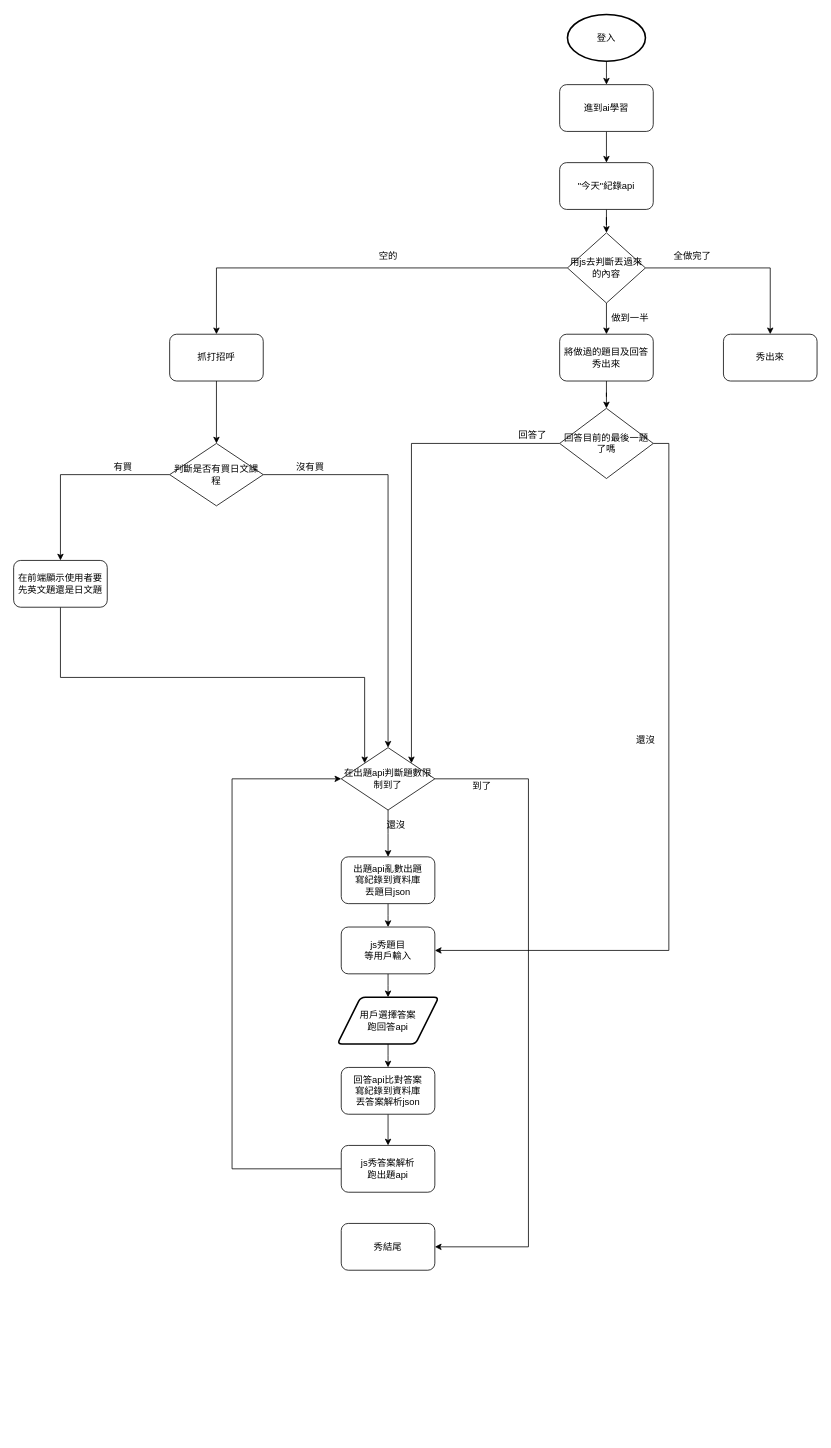
Before: 未命名圖表.drawio in kartg0203/work_flow, a draw.io diagram. Source tidied: cells renumbered, new cells numbered last; positions are measured from the earlier drawing's top-left corner, leaving out a move shared by most shapes. Both pictures are drawn from the tidied source at 78%, with x=0, y=0 at pixel (13, 14).
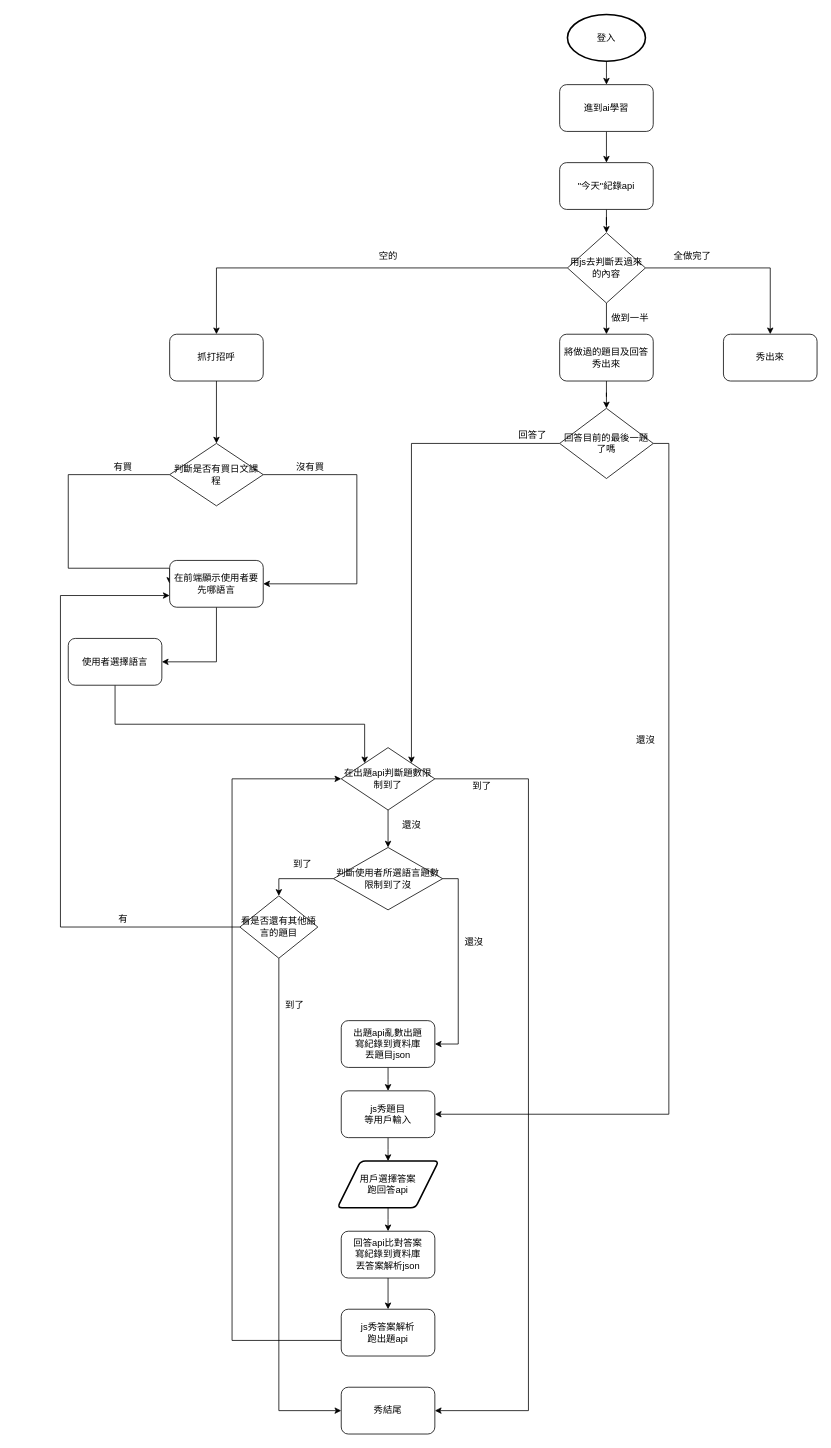
The same page after the edit.

Commit message:
增加其他語言判斷.drawio

Unchanged cells that the change refers to:
```xml
<mxCell id="16" value="在出題api判斷題數限制到了" style="rhombus;whiteSpace=wrap;html=1;" parent="1" vertex="1">
  <mxGeometry x="420" y="940" width="120" height="80" as="geometry" />
</mxCell>
<mxCell id="43" value="判斷是否有買日文課程" style="rhombus;whiteSpace=wrap;html=1;" parent="1" vertex="1">
  <mxGeometry x="200" y="550" width="120" height="80" as="geometry" />
</mxCell>
```

What changed in the source:
```diff
@@
     <mxCell id="5" style="edgeStyle=elbowEdgeStyle;rounded=0;jettySize=auto;elbow=vertical;html=1;" parent="1" edge="1" source="6">
       <mxGeometry relative="1" as="geometry">
-        <mxPoint x="480" y="1260" as="targetPoint" />
+        <mxPoint x="480" y="1470" as="targetPoint" />
       </mxGeometry>
     </mxCell>
     <mxCell id="6" value="js秀題目&lt;br&gt;等用戶輸入" style="rounded=1;whiteSpace=wrap;html=1;" parent="1" vertex="1">
-      <mxGeometry x="420" y="1170" width="120" height="60" as="geometry" />
+      <mxGeometry x="420" y="1380" width="120" height="60" as="geometry" />
     </mxCell>
@@
     <mxCell id="9" value="用戶選擇答案&lt;br&gt;跑回答api" style="shape=parallelogram;html=1;strokeWidth=2;perimeter=parallelogramPerimeter;whiteSpace=wrap;rounded=1;arcSize=12;size=0.23;" parent="1" vertex="1">
-      <mxGeometry x="415" y="1260" width="130" height="60" as="geometry" />
+      <mxGeometry x="415" y="1470" width="130" height="60" as="geometry" />
     </mxCell>
@@
     <mxCell id="11" value="出題api亂數出題&lt;br&gt;寫紀錄到資料庫&lt;br&gt;丟題目json" style="rounded=1;whiteSpace=wrap;html=1;" parent="1" vertex="1">
-      <mxGeometry x="420" y="1080" width="120" height="60" as="geometry" />
+      <mxGeometry x="420" y="1290" width="120" height="60" as="geometry" />
     </mxCell>
@@
     <mxCell id="13" value="回答api比對答案&lt;br&gt;寫紀錄到資料庫&lt;br&gt;丟答案解析json" style="rounded=1;whiteSpace=wrap;html=1;" parent="1" vertex="1">
-      <mxGeometry x="420" y="1350" width="120" height="60" as="geometry" />
+      <mxGeometry x="420" y="1560" width="120" height="60" as="geometry" />
     </mxCell>
-    <mxCell id="14" style="edgeStyle=elbowEdgeStyle;rounded=0;jettySize=auto;elbow=vertical;html=1;exitX=0.5;exitY=1;exitDx=0;exitDy=0;" parent="1" edge="1" source="16" target="11">
-      <mxGeometry relative="1" as="geometry" />
-    </mxCell>
     <mxCell id="15" style="edgeStyle=orthogonalEdgeStyle;rounded=0;jettySize=auto;html=1;entryX=1;entryY=0.5;entryDx=0;entryDy=0;entryPerimeter=0;" parent="1" edge="1" source="16" target="20">
       <mxGeometry relative="1" as="geometry">
         <Array as="points">
           <mxPoint x="660" y="980" />
-          <mxPoint x="660" y="1580" />
+          <mxPoint x="660" y="1790" />
         </Array>
       </mxGeometry>
     </mxCell>
+    <mxCell id="48" style="edgeStyle=orthogonalEdgeStyle;rounded=0;jettySize=auto;html=1;entryX=0.5;entryY=0;entryDx=0;entryDy=0;" parent="1" edge="1" source="16" target="56">
+      <mxGeometry relative="1" as="geometry" />
+    </mxCell>
@@
     <mxCell id="17" value="還沒" style="text;html=1;align=center;verticalAlign=middle;strokeColor=none;" parent="1" vertex="1">
-      <mxGeometry x="470" y="1030" width="40" height="20" as="geometry" />
+      <mxGeometry x="490" y="1030" width="40" height="20" as="geometry" />
     </mxCell>
     <mxCell id="18" style="edgeStyle=orthogonalEdgeStyle;rounded=0;jettySize=auto;html=1;entryX=0;entryY=0.5;entryDx=0;entryDy=0;" parent="1" edge="1" source="19" target="16">
       <mxGeometry relative="1" as="geometry">
         <Array as="points">
-          <mxPoint x="280" y="1480" />
+          <mxPoint x="280" y="1700" />
           <mxPoint x="280" y="980" />
         </Array>
       </mxGeometry>
     </mxCell>
     <mxCell id="19" value="js秀答案解析&lt;br&gt;跑出題api" style="rounded=1;whiteSpace=wrap;html=1;" parent="1" vertex="1">
-      <mxGeometry x="420" y="1450" width="120" height="60" as="geometry" />
+      <mxGeometry x="420" y="1660" width="120" height="60" as="geometry" />
     </mxCell>
     <mxCell id="20" value="秀結尾" style="rounded=1;whiteSpace=wrap;html=1;" parent="1" vertex="1">
-      <mxGeometry x="420" y="1550" width="120" height="60" as="geometry" />
+      <mxGeometry x="420" y="1760" width="120" height="60" as="geometry" />
     </mxCell>
@@
-    <mxCell id="41" style="edgeStyle=orthogonalEdgeStyle;rounded=0;jettySize=auto;html=1;" parent="1" edge="1" source="43" target="46">
-      <mxGeometry relative="1" as="geometry" />
-    </mxCell>
-    <mxCell id="42" style="edgeStyle=orthogonalEdgeStyle;rounded=0;jettySize=auto;html=1;entryX=0.5;entryY=0;entryDx=0;entryDy=0;" parent="1" edge="1" source="43" target="16">
-      <mxGeometry relative="1" as="geometry" />
-    </mxCell>
+    <mxCell id="49" style="edgeStyle=orthogonalEdgeStyle;rounded=0;jettySize=auto;html=1;entryX=0;entryY=0.5;entryDx=0;entryDy=0;" parent="1" edge="1" source="43" target="46">
+      <mxGeometry relative="1" as="geometry">
+        <Array as="points">
+          <mxPoint x="70" y="590" />
+          <mxPoint x="70" y="710" />
+          <mxPoint x="200" y="710" />
+        </Array>
+      </mxGeometry>
+    </mxCell>
+    <mxCell id="50" style="edgeStyle=orthogonalEdgeStyle;rounded=0;jettySize=auto;html=1;entryX=1;entryY=0.5;entryDx=0;entryDy=0;" parent="1" edge="1" source="43" target="46">
+      <mxGeometry relative="1" as="geometry">
+        <Array as="points">
+          <mxPoint x="440" y="590" />
+          <mxPoint x="440" y="730" />
+        </Array>
+      </mxGeometry>
+    </mxCell>
@@
-    <mxCell id="45" style="edgeStyle=orthogonalEdgeStyle;rounded=0;jettySize=auto;html=1;entryX=0;entryY=0;entryDx=0;entryDy=0;" parent="1" edge="1" source="46" target="16">
-      <mxGeometry relative="1" as="geometry">
-        <Array as="points">
-          <mxPoint x="60" y="850" />
-          <mxPoint x="450" y="850" />
-        </Array>
-      </mxGeometry>
-    </mxCell>
+    <mxCell id="51" style="edgeStyle=orthogonalEdgeStyle;rounded=0;jettySize=auto;html=1;" parent="1" edge="1" source="46" target="53">
+      <mxGeometry relative="1" as="geometry">
+        <Array as="points">
+          <mxPoint x="260" y="830" />
+        </Array>
+      </mxGeometry>
+    </mxCell>
-    <mxCell id="46" value="在前端顯示使用者要先英文題還是日文題" style="rounded=1;whiteSpace=wrap;html=1;" parent="1" vertex="1">
-      <mxGeometry y="700" width="120" height="60" as="geometry" />
+    <mxCell id="46" value="在前端顯示使用者要先哪語言" style="rounded=1;whiteSpace=wrap;html=1;" parent="1" vertex="1">
+      <mxGeometry x="200" y="700" width="120" height="60" as="geometry" />
     </mxCell>
@@
+    <mxCell id="52" style="edgeStyle=orthogonalEdgeStyle;rounded=0;jettySize=auto;html=1;entryX=0;entryY=0;entryDx=0;entryDy=0;" parent="1" edge="1" source="53" target="16">
+      <mxGeometry relative="1" as="geometry">
+        <Array as="points">
+          <mxPoint x="130" y="910" />
+          <mxPoint x="450" y="910" />
+        </Array>
+      </mxGeometry>
+    </mxCell>
+    <mxCell id="53" value="使用者選擇語言" style="rounded=1;whiteSpace=wrap;html=1;" parent="1" vertex="1">
+      <mxGeometry x="70" y="800" width="120" height="60" as="geometry" />
+    </mxCell>
+    <mxCell id="54" style="edgeStyle=orthogonalEdgeStyle;rounded=0;jettySize=auto;html=1;entryX=1;entryY=0.5;entryDx=0;entryDy=0;" parent="1" edge="1" source="56" target="11">
+      <mxGeometry relative="1" as="geometry">
+        <Array as="points">
+          <mxPoint x="570" y="1108" />
+          <mxPoint x="570" y="1320" />
+        </Array>
+      </mxGeometry>
+    </mxCell>
+    <mxCell id="55" style="edgeStyle=orthogonalEdgeStyle;rounded=0;jettySize=auto;html=1;entryX=0.5;entryY=0;entryDx=0;entryDy=0;" parent="1" edge="1" source="56" target="60">
+      <mxGeometry relative="1" as="geometry" />
+    </mxCell>
+    <mxCell id="56" value="判斷使用者所選語言題數限制到了沒" style="rhombus;whiteSpace=wrap;html=1;" parent="1" vertex="1">
+      <mxGeometry x="410" y="1068" width="140" height="80" as="geometry" />
+    </mxCell>
+    <mxCell id="57" value="還沒" style="text;html=1;align=center;verticalAlign=middle;strokeColor=none;fillColor=none;" parent="1" vertex="1">
+      <mxGeometry x="570" y="1180" width="40" height="20" as="geometry" />
+    </mxCell>
+    <mxCell id="58" style="edgeStyle=orthogonalEdgeStyle;rounded=0;jettySize=auto;html=1;entryX=0;entryY=0.75;entryDx=0;entryDy=0;" parent="1" edge="1" source="60" target="46">
+      <mxGeometry relative="1" as="geometry">
+        <Array as="points">
+          <mxPoint x="60" y="1170" />
+          <mxPoint x="60" y="745" />
+        </Array>
+      </mxGeometry>
+    </mxCell>
+    <mxCell id="59" style="edgeStyle=orthogonalEdgeStyle;rounded=0;jettySize=auto;html=1;entryX=0;entryY=0.5;entryDx=0;entryDy=0;" parent="1" edge="1" source="60" target="20">
+      <mxGeometry relative="1" as="geometry">
+        <Array as="points">
+          <mxPoint x="340" y="1790" />
+        </Array>
+      </mxGeometry>
+    </mxCell>
+    <mxCell id="60" value="看是否還有其他語言的題目" style="rhombus;whiteSpace=wrap;html=1;" parent="1" vertex="1">
+      <mxGeometry x="290" y="1130" width="100" height="80" as="geometry" />
+    </mxCell>
+    <mxCell id="61" value="有" style="text;html=1;align=center;verticalAlign=middle;strokeColor=none;fillColor=none;" parent="1" vertex="1">
+      <mxGeometry x="125" y="1150" width="30" height="20" as="geometry" />
+    </mxCell>
+    <mxCell id="62" value="到了" style="text;html=1;align=center;verticalAlign=middle;strokeColor=none;fillColor=none;" parent="1" vertex="1">
+      <mxGeometry x="350" y="1080" width="40" height="20" as="geometry" />
+    </mxCell>
+    <mxCell id="63" value="到了" style="text;html=1;align=center;verticalAlign=middle;strokeColor=none;fillColor=none;" parent="1" vertex="1">
+      <mxGeometry x="340" y="1260" width="40" height="20" as="geometry" />
+    </mxCell>
```
